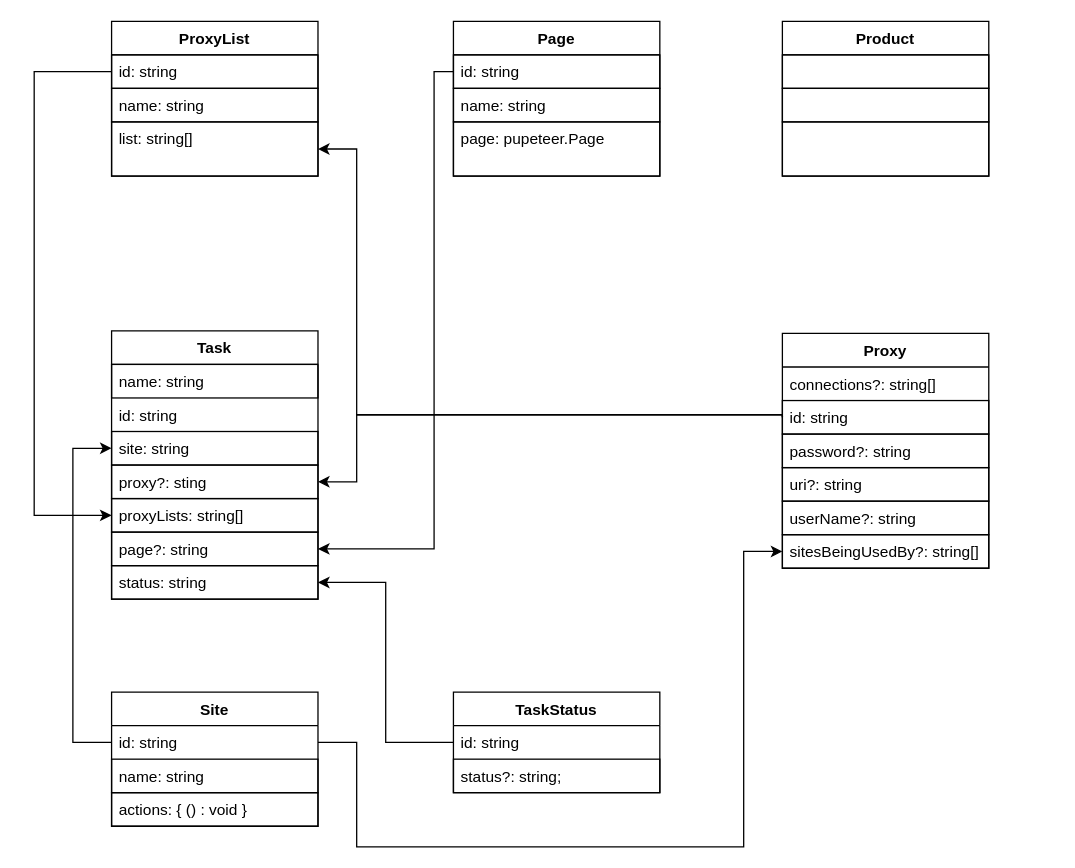
Above: KTM-ERD.drawio in fk1018/KoiTaskManager (draw.io), before the change. Source tidied: cells renumbered, new cells numbered last; positions are measured from the earlier drawing's top-left corner, leaving out a move shared by most shapes. Both pictures are drawn from the tidied source at 129%, with x=0, y=0 at pixel (34, 21).
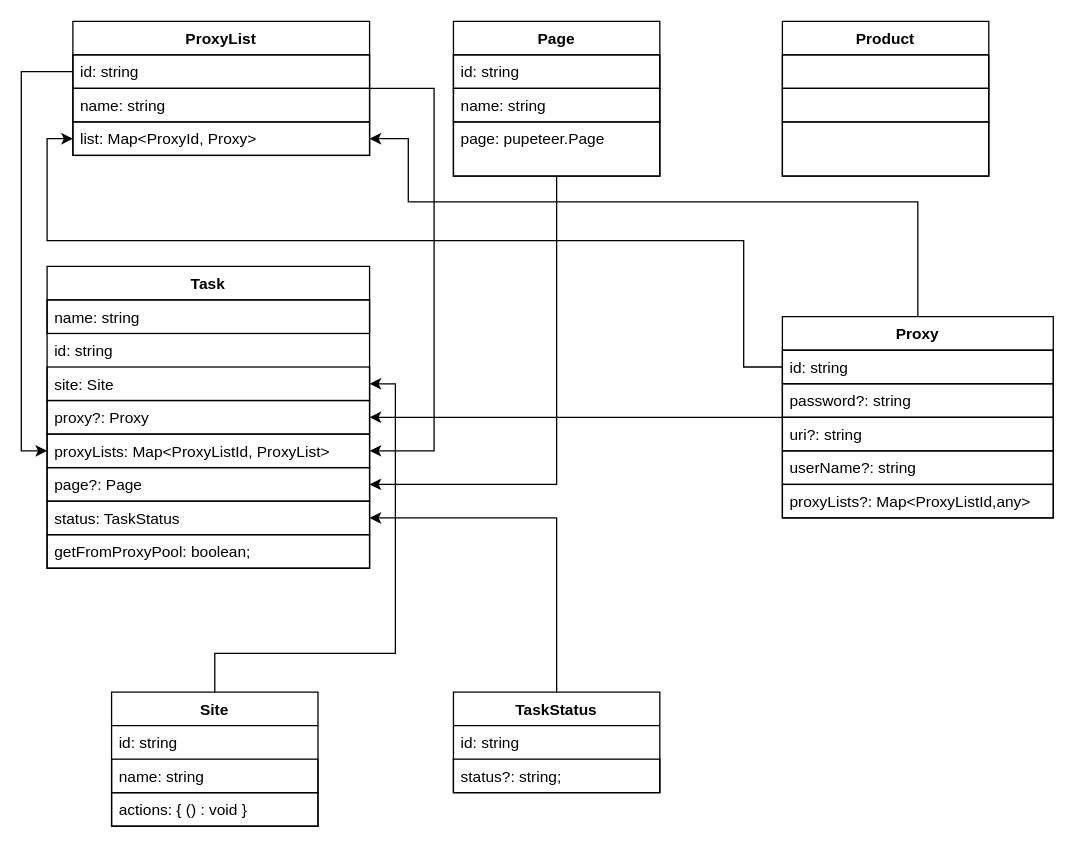
The same diagram, later.

The change refers to these unchanged cells:
```xml
<mxCell id="21" value="TaskStatus" style="swimlane;fontStyle=1;align=center;verticalAlign=top;horizontal=1;startSize=26;" parent="1" vertex="1">
  <mxGeometry x="325" y="520" width="160" height="78" as="geometry" />
</mxCell>
<mxCell id="22" value="id: string" style="text;strokeColor=none;fillColor=none;align=left;verticalAlign=top;spacingLeft=4;spacingRight=4;overflow=hidden;points=[[0,0.5],[1,0.5]];portConstraint=eastwest;" parent="21" vertex="1">
  <mxGeometry y="26" width="160" height="26" as="geometry" />
</mxCell>
<mxCell id="24" value="Site" style="swimlane;fontStyle=1;align=center;verticalAlign=top;horizontal=1;startSize=26;" parent="1" vertex="1">
  <mxGeometry x="60" y="520" width="160" height="104" as="geometry" />
</mxCell>
<mxCell id="25" value="id: string" style="text;strokeColor=none;fillColor=none;align=left;verticalAlign=top;spacingLeft=4;spacingRight=4;overflow=hidden;points=[[0,0.5],[1,0.5]];portConstraint=eastwest;" parent="24" vertex="1">
  <mxGeometry y="26" width="160" height="26" as="geometry" />
</mxCell>
<mxCell id="28" value="Page" style="swimlane;fontStyle=1;align=center;verticalAlign=top;horizontal=1;startSize=26;" parent="1" vertex="1">
  <mxGeometry x="325" width="160" height="120" as="geometry" />
</mxCell>
<mxCell id="29" value="id: string" style="text;strokeColor=#000000;fillColor=none;align=left;verticalAlign=top;spacingLeft=4;spacingRight=4;overflow=hidden;points=[[0,0.5],[1,0.5]];portConstraint=eastwest;perimeterSpacing=0;" parent="28" vertex="1">
  <mxGeometry y="26" width="160" height="26" as="geometry" />
</mxCell>
```

Change to the diagram source:
```diff
@@
+    <mxCell id="43" style="edgeStyle=orthogonalEdgeStyle;rounded=0;jettySize=auto;html=1;exitX=0.5;exitY=0;exitDx=0;exitDy=0;entryX=1;entryY=0.5;entryDx=0;entryDy=0;" parent="1" edge="1" source="2" target="47">
+      <mxGeometry relative="1" as="geometry">
+        <Array as="points">
+          <mxPoint x="685" y="140" />
+          <mxPoint x="290" y="140" />
+          <mxPoint x="290" y="91" />
+        </Array>
+      </mxGeometry>
+    </mxCell>
+    <mxCell id="44" style="edgeStyle=orthogonalEdgeStyle;rounded=0;jettySize=auto;html=1;entryX=1;entryY=0.5;entryDx=0;entryDy=0;" parent="1" edge="1" source="2" target="17">
+      <mxGeometry relative="1" as="geometry" />
+    </mxCell>
     <mxCell id="2" value="Proxy&#10;" style="swimlane;fontStyle=1;align=center;verticalAlign=top;horizontal=1;startSize=26;" parent="1" vertex="1">
-      <mxGeometry x="580" y="242" width="160" height="182" as="geometry" />
+      <mxGeometry x="580" y="229" width="210" height="156" as="geometry" />
     </mxCell>
-    <mxCell id="3" value="connections?: string[]" style="text;strokeColor=none;fillColor=none;align=left;verticalAlign=top;spacingLeft=4;spacingRight=4;overflow=hidden;" parent="2" vertex="1">
-      <mxGeometry y="26" width="160" height="26" as="geometry" />
-    </mxCell>
     <mxCell id="4" value="id: string" style="text;strokeColor=#000000;fillColor=none;align=left;verticalAlign=top;spacingLeft=4;spacingRight=4;overflow=hidden;points=[[0,0.5],[1,0.5]];portConstraint=eastwest;perimeterSpacing=0;" parent="2" vertex="1">
-      <mxGeometry y="52" width="160" height="26" as="geometry" />
+      <mxGeometry y="26" width="210" height="26" as="geometry" />
     </mxCell>
     <mxCell id="5" value="password?: string" style="text;strokeColor=#000000;fillColor=none;align=left;verticalAlign=top;spacingLeft=4;spacingRight=4;overflow=hidden;" parent="2" vertex="1">
-      <mxGeometry y="78" width="160" height="26" as="geometry" />
+      <mxGeometry y="52" width="210" height="26" as="geometry" />
     </mxCell>
     <mxCell id="6" value="uri?: string" style="text;strokeColor=#000000;fillColor=none;align=left;verticalAlign=top;spacingLeft=4;spacingRight=4;overflow=hidden;" parent="2" vertex="1">
-      <mxGeometry y="104" width="160" height="26" as="geometry" />
+      <mxGeometry y="78" width="210" height="26" as="geometry" />
     </mxCell>
     <mxCell id="7" value="userName?: string" style="text;strokeColor=#000000;fillColor=none;align=left;verticalAlign=top;spacingLeft=4;spacingRight=4;overflow=hidden;" parent="2" vertex="1">
-      <mxGeometry y="130" width="160" height="26" as="geometry" />
+      <mxGeometry y="104" width="210" height="26" as="geometry" />
     </mxCell>
-    <mxCell id="8" value="sitesBeingUsedBy?: string[]" style="text;strokeColor=#000000;fillColor=none;align=left;verticalAlign=top;spacingLeft=4;spacingRight=4;overflow=hidden;points=[[0,0.5],[1,0.5]];portConstraint=eastwest;" parent="2" vertex="1">
-      <mxGeometry y="156" width="160" height="26" as="geometry" />
-    </mxCell>
+    <mxCell id="45" value="proxyLists?: Map&lt;ProxyListId,any&gt;" style="text;strokeColor=#000000;fillColor=none;align=left;verticalAlign=top;spacingLeft=4;spacingRight=4;overflow=hidden;" parent="2" vertex="1">
+      <mxGeometry y="130" width="210" height="26" as="geometry" />
+    </mxCell>
+    <mxCell id="46" style="edgeStyle=orthogonalEdgeStyle;rounded=0;jettySize=auto;html=1;entryX=1;entryY=0.5;entryDx=0;entryDy=0;" parent="1" edge="1" source="9" target="18">
+      <mxGeometry relative="1" as="geometry">
+        <Array as="points">
+          <mxPoint x="310" y="52" />
+          <mxPoint x="310" y="333" />
+        </Array>
+      </mxGeometry>
+    </mxCell>
     <mxCell id="9" value="ProxyList" style="swimlane;fontStyle=1;align=center;verticalAlign=top;horizontal=1;startSize=26;" parent="1" vertex="1">
-      <mxGeometry x="60" width="160" height="120" as="geometry" />
+      <mxGeometry x="30" width="230" height="104" as="geometry" />
     </mxCell>
     <mxCell id="10" value="id: string" style="text;strokeColor=#000000;fillColor=none;align=left;verticalAlign=top;spacingLeft=4;spacingRight=4;overflow=hidden;points=[[0,0.5],[1,0.5]];portConstraint=eastwest;perimeterSpacing=0;" parent="9" vertex="1">
-      <mxGeometry y="26" width="160" height="26" as="geometry" />
+      <mxGeometry y="26" width="230" height="26" as="geometry" />
     </mxCell>
     <mxCell id="11" value="name: string " style="text;strokeColor=#000000;fillColor=none;align=left;verticalAlign=top;spacingLeft=4;spacingRight=4;overflow=hidden;" parent="9" vertex="1">
-      <mxGeometry y="52" width="160" height="26" as="geometry" />
+      <mxGeometry y="52" width="230" height="26" as="geometry" />
     </mxCell>
-    <mxCell id="12" value="list: string[] " style="text;strokeColor=#000000;fillColor=none;align=left;verticalAlign=top;spacingLeft=4;spacingRight=4;overflow=hidden;points=[[0,0.5],[1,0.5]];portConstraint=eastwest;" parent="9" vertex="1">
-      <mxGeometry y="78" width="160" height="42" as="geometry" />
-    </mxCell>
+    <mxCell id="47" value="list: Map&lt;ProxyId, Proxy&gt;" style="text;strokeColor=#000000;fillColor=none;align=left;verticalAlign=top;spacingLeft=4;spacingRight=4;overflow=hidden;points=[[0,0.5],[1,0.5]];portConstraint=eastwest;" parent="9" vertex="1">
+      <mxGeometry y="78" width="230" height="26" as="geometry" />
+    </mxCell>
     <mxCell id="13" value="Task" style="swimlane;fontStyle=1;align=center;verticalAlign=top;horizontal=1;startSize=26;" parent="1" vertex="1">
-      <mxGeometry x="60" y="240" width="160" height="208" as="geometry" />
+      <mxGeometry x="10" y="190" width="250" height="234" as="geometry" />
     </mxCell>
     <mxCell id="14" value="name: string" style="text;strokeColor=#000000;fillColor=none;align=left;verticalAlign=top;spacingLeft=4;spacingRight=4;overflow=hidden;perimeterSpacing=0;" parent="13" vertex="1">
-      <mxGeometry y="26" width="160" height="26" as="geometry" />
+      <mxGeometry y="26" width="250" height="26" as="geometry" />
     </mxCell>
     <mxCell id="15" value="id: string" style="text;strokeColor=none;fillColor=none;align=left;verticalAlign=top;spacingLeft=4;spacingRight=4;overflow=hidden;" parent="13" vertex="1">
-      <mxGeometry y="52" width="160" height="26" as="geometry" />
+      <mxGeometry y="52" width="250" height="26" as="geometry" />
     </mxCell>
-    <mxCell id="16" value="site: string" style="text;strokeColor=#000000;fillColor=none;align=left;verticalAlign=top;spacingLeft=4;spacingRight=4;overflow=hidden;points=[[0,0.5],[1,0.5]];portConstraint=eastwest;" parent="13" vertex="1">
-      <mxGeometry y="78" width="160" height="26" as="geometry" />
+    <mxCell id="16" value="site: Site" style="text;strokeColor=#000000;fillColor=none;align=left;verticalAlign=top;spacingLeft=4;spacingRight=4;overflow=hidden;points=[[0,0.5],[1,0.5]];portConstraint=eastwest;" parent="13" vertex="1">
+      <mxGeometry y="78" width="250" height="26" as="geometry" />
     </mxCell>
-    <mxCell id="17" value="proxy?: sting" style="text;strokeColor=#000000;fillColor=none;align=left;verticalAlign=top;spacingLeft=4;spacingRight=4;overflow=hidden;points=[[0,0.5],[1,0.5]];portConstraint=eastwest;" parent="13" vertex="1">
-      <mxGeometry y="104" width="160" height="26" as="geometry" />
+    <mxCell id="17" value="proxy?: Proxy" style="text;strokeColor=#000000;fillColor=none;align=left;verticalAlign=top;spacingLeft=4;spacingRight=4;overflow=hidden;points=[[0,0.5],[1,0.5]];portConstraint=eastwest;" parent="13" vertex="1">
+      <mxGeometry y="104" width="250" height="26" as="geometry" />
     </mxCell>
-    <mxCell id="18" value="proxyLists: string[]" style="text;strokeColor=#000000;fillColor=none;align=left;verticalAlign=top;spacingLeft=4;spacingRight=4;overflow=hidden;points=[[0,0.5],[1,0.5]];portConstraint=eastwest;" parent="13" vertex="1">
-      <mxGeometry y="130" width="160" height="26" as="geometry" />
+    <mxCell id="18" value="proxyLists: Map&lt;ProxyListId, ProxyList&gt;" style="text;strokeColor=#000000;fillColor=none;align=left;verticalAlign=top;spacingLeft=4;spacingRight=4;overflow=hidden;points=[[0,0.5],[1,0.5]];portConstraint=eastwest;" parent="13" vertex="1">
+      <mxGeometry y="130" width="250" height="26" as="geometry" />
     </mxCell>
-    <mxCell id="19" value="page?: string" style="text;strokeColor=#000000;fillColor=none;align=left;verticalAlign=top;spacingLeft=4;spacingRight=4;overflow=hidden;points=[[0,0.5],[1,0.5]];portConstraint=eastwest;" parent="13" vertex="1">
-      <mxGeometry y="156" width="160" height="26" as="geometry" />
+    <mxCell id="19" value="page?: Page" style="text;strokeColor=#000000;fillColor=none;align=left;verticalAlign=top;spacingLeft=4;spacingRight=4;overflow=hidden;points=[[0,0.5],[1,0.5]];portConstraint=eastwest;" parent="13" vertex="1">
+      <mxGeometry y="156" width="250" height="26" as="geometry" />
     </mxCell>
-    <mxCell id="20" value="status: string" style="text;strokeColor=#000000;fillColor=none;align=left;verticalAlign=top;spacingLeft=4;spacingRight=4;overflow=hidden;points=[[0,0.5],[1,0.5]];portConstraint=eastwest;" parent="13" vertex="1">
-      <mxGeometry y="182" width="160" height="26" as="geometry" />
+    <mxCell id="20" value="status: TaskStatus" style="text;strokeColor=#000000;fillColor=none;align=left;verticalAlign=top;spacingLeft=4;spacingRight=4;overflow=hidden;points=[[0,0.5],[1,0.5]];portConstraint=eastwest;" parent="13" vertex="1">
+      <mxGeometry y="182" width="250" height="26" as="geometry" />
     </mxCell>
+    <mxCell id="48" value="getFromProxyPool: boolean;" style="text;strokeColor=#000000;fillColor=none;align=left;verticalAlign=top;spacingLeft=4;spacingRight=4;overflow=hidden;" parent="13" vertex="1">
+      <mxGeometry y="208" width="250" height="26" as="geometry" />
+    </mxCell>
+    <mxCell id="49" style="edgeStyle=orthogonalEdgeStyle;rounded=0;jettySize=auto;html=1;exitX=0.5;exitY=0;exitDx=0;exitDy=0;" parent="1" edge="1" source="21" target="20">
+      <mxGeometry relative="1" as="geometry" />
+    </mxCell>
@@
+    <mxCell id="50" style="edgeStyle=orthogonalEdgeStyle;rounded=0;jettySize=auto;html=1;exitX=0.5;exitY=0;exitDx=0;exitDy=0;entryX=1;entryY=0.5;entryDx=0;entryDy=0;" parent="1" edge="1" source="24" target="16">
+      <mxGeometry relative="1" as="geometry">
+        <Array as="points">
+          <mxPoint x="140" y="490" />
+          <mxPoint x="280" y="490" />
+          <mxPoint x="280" y="281" />
+        </Array>
+      </mxGeometry>
+    </mxCell>
@@
+    <mxCell id="51" style="edgeStyle=orthogonalEdgeStyle;rounded=0;jettySize=auto;html=1;entryX=1;entryY=0.5;entryDx=0;entryDy=0;" parent="1" edge="1" source="28" target="19">
+      <mxGeometry relative="1" as="geometry" />
+    </mxCell>
@@
-    <mxCell id="36" style="edgeStyle=orthogonalEdgeStyle;rounded=0;jettySize=auto;html=1;exitX=0;exitY=0.5;exitDx=0;exitDy=0;entryX=1;entryY=0.5;entryDx=0;entryDy=0;" parent="1" edge="1" source="4" target="12">
-      <mxGeometry relative="1" as="geometry">
-        <Array as="points">
-          <mxPoint x="250" y="305" />
-          <mxPoint x="250" y="99" />
-        </Array>
-      </mxGeometry>
-    </mxCell>
-    <mxCell id="37" style="edgeStyle=orthogonalEdgeStyle;rounded=0;jettySize=auto;html=1;exitX=0;exitY=0.5;exitDx=0;exitDy=0;entryX=1;entryY=0.5;entryDx=0;entryDy=0;" parent="1" edge="1" source="4" target="17">
-      <mxGeometry relative="1" as="geometry">
-        <Array as="points">
-          <mxPoint x="250" y="305" />
-          <mxPoint x="250" y="357" />
-        </Array>
-      </mxGeometry>
-    </mxCell>
+    <mxCell id="52" style="edgeStyle=orthogonalEdgeStyle;rounded=0;jettySize=auto;html=1;exitX=0;exitY=0.5;exitDx=0;exitDy=0;entryX=0;entryY=0.5;entryDx=0;entryDy=0;" parent="1" edge="1" source="4" target="47">
+      <mxGeometry relative="1" as="geometry">
+        <Array as="points">
+          <mxPoint x="550" y="268" />
+          <mxPoint x="550" y="170" />
+          <mxPoint x="10" y="170" />
+          <mxPoint x="10" y="91" />
+        </Array>
+      </mxGeometry>
+    </mxCell>
     <mxCell id="38" style="edgeStyle=orthogonalEdgeStyle;rounded=0;jettySize=auto;html=1;exitX=0;exitY=0.5;exitDx=0;exitDy=0;entryX=0;entryY=0.5;entryDx=0;entryDy=0;" parent="1" edge="1" source="10" target="18">
-      <mxGeometry relative="1" as="geometry">
-        <Array as="points">
-          <mxPoint y="39" />
-          <mxPoint y="383" />
-        </Array>
-      </mxGeometry>
+      <mxGeometry relative="1" as="geometry" />
     </mxCell>
-    <mxCell id="39" style="edgeStyle=orthogonalEdgeStyle;rounded=0;jettySize=auto;html=1;exitX=0;exitY=0.5;exitDx=0;exitDy=0;entryX=1;entryY=0.5;entryDx=0;entryDy=0;" parent="1" edge="1" source="29" target="19">
-      <mxGeometry relative="1" as="geometry">
-        <Array as="points">
-          <mxPoint x="310" y="39" />
-          <mxPoint x="310" y="409" />
-        </Array>
-      </mxGeometry>
-    </mxCell>
-    <mxCell id="40" style="edgeStyle=orthogonalEdgeStyle;rounded=0;jettySize=auto;html=1;exitX=0;exitY=0.5;exitDx=0;exitDy=0;entryX=0;entryY=0.5;entryDx=0;entryDy=0;" parent="1" edge="1" source="25" target="16">
-      <mxGeometry relative="1" as="geometry">
-        <Array as="points">
-          <mxPoint x="30" y="559" />
-          <mxPoint x="30" y="331" />
-        </Array>
-      </mxGeometry>
-    </mxCell>
-    <mxCell id="41" style="edgeStyle=orthogonalEdgeStyle;rounded=0;jettySize=auto;html=1;entryX=1;entryY=0.5;entryDx=0;entryDy=0;" parent="1" edge="1" source="22" target="20">
-      <mxGeometry relative="1" as="geometry" />
-    </mxCell>
-    <mxCell id="42" style="edgeStyle=orthogonalEdgeStyle;rounded=0;jettySize=auto;html=1;exitX=1;exitY=0.5;exitDx=0;exitDy=0;entryX=0;entryY=0.5;entryDx=0;entryDy=0;" parent="1" edge="1" source="25" target="8">
-      <mxGeometry relative="1" as="geometry">
-        <Array as="points">
-          <mxPoint x="250" y="559" />
-          <mxPoint x="250" y="640" />
-          <mxPoint x="550" y="640" />
-          <mxPoint x="550" y="411" />
-        </Array>
-      </mxGeometry>
-    </mxCell>
```
